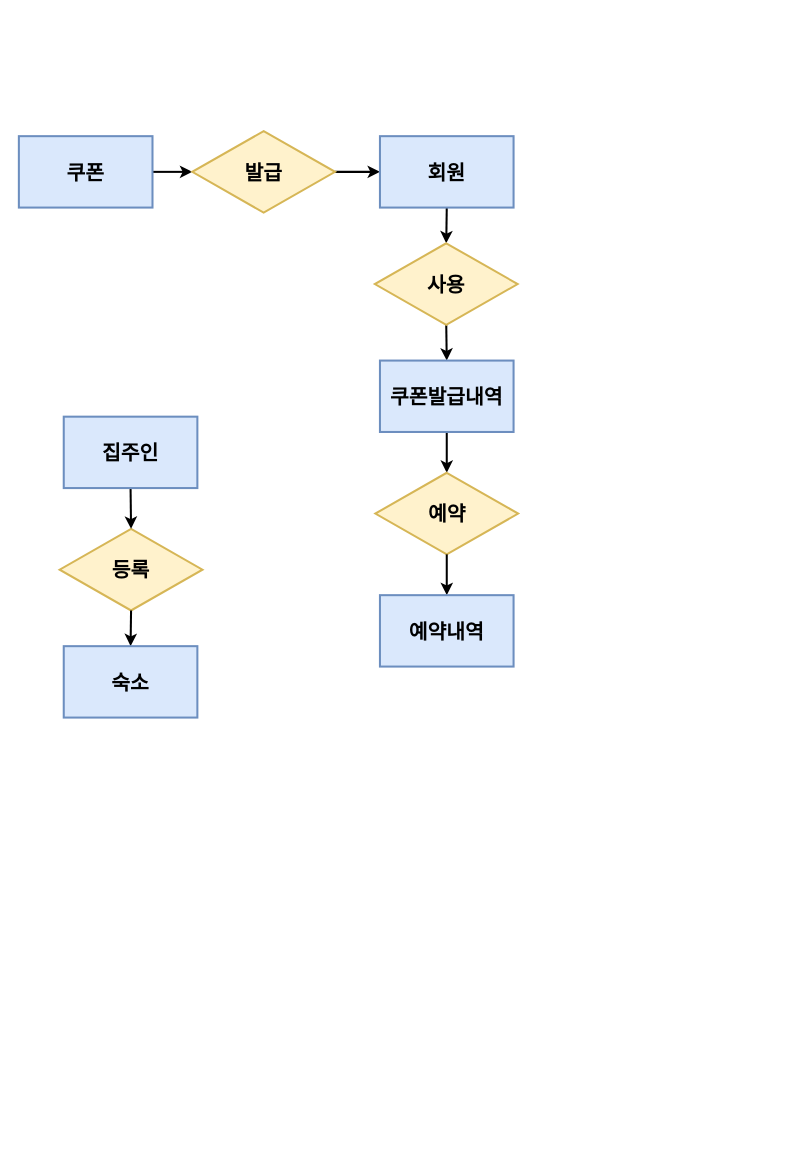
Above: 제목 없는 다이어그램.drawio in bibi-boop/test (draw.io), before the change. Source tidied: cells renumbered, new cells numbered last; positions are measured from the earlier drawing's top-left corner, leaving out a move shared by most shapes. Both pictures are drawn from the tidied source at 102%, with x=0, y=0 at pixel (18, 131).
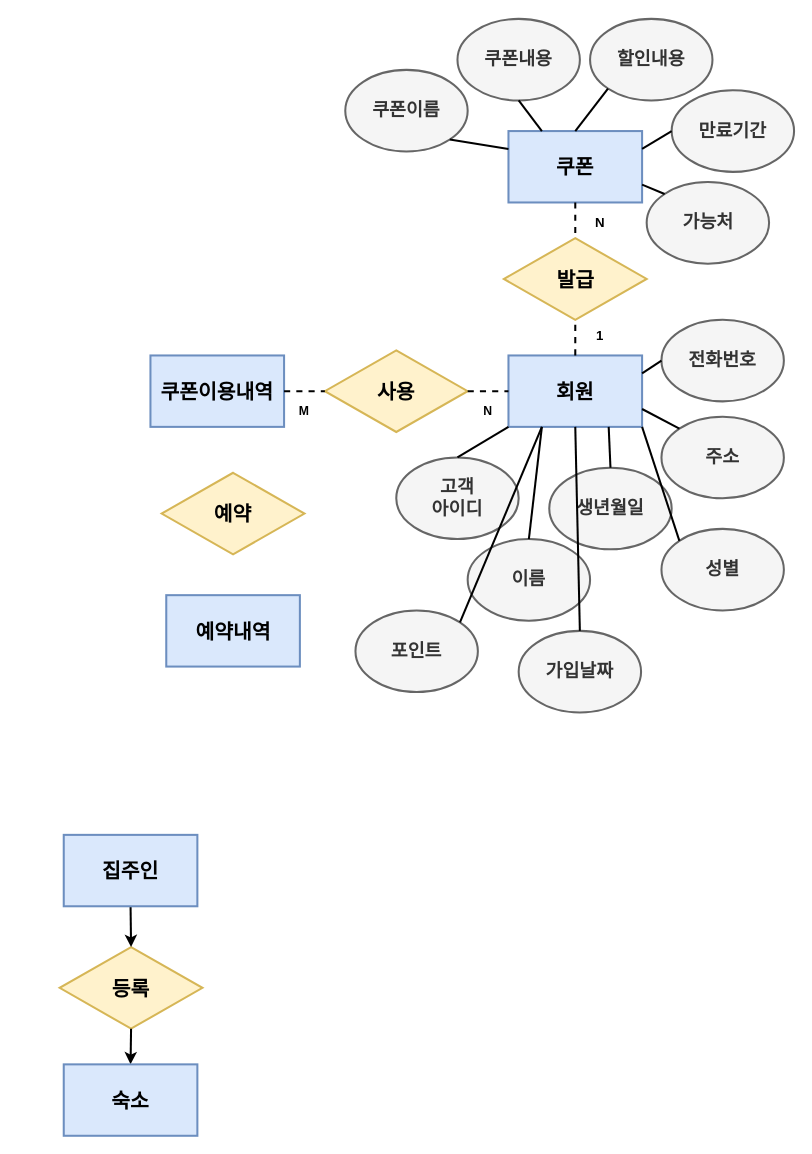
After the change.

Commit message (it also covers changes not shown here):
제목 없는 다이어그램.drawio 업데이트

The edit, as a diff of the source:
```diff
@@
     <mxCell id="2" value="등록" style="rhombus;whiteSpace=wrap;html=1;strokeWidth=2;fontSize=20;fontStyle=1;fillColor=#fff2cc;strokeColor=#d6b656;" parent="1" vertex="1">
-      <mxGeometry x="40" y="390" width="140" height="80" as="geometry" />
+      <mxGeometry x="40" y="800" width="140" height="80" as="geometry" />
     </mxCell>
@@
-    <mxCell id="5" style="endArrow=classic;html=1;rounded=0;fontStyle=1;strokeWidth=2;exitX=0.5;exitY=1;exitDx=0;exitDy=0;entryX=0.5;entryY=0;entryDx=0;entryDy=0;" parent="1" edge="1" source="13" target="19">
-      <mxGeometry relative="1" as="geometry" />
-    </mxCell>
-    <mxCell id="6" style="endArrow=classic;html=1;rounded=0;exitX=1;exitY=0.5;exitDx=0;exitDy=0;fontStyle=1;strokeWidth=2;entryX=0;entryY=0.5;entryDx=0;entryDy=0;" parent="1" edge="1" source="12" target="18">
-      <mxGeometry relative="1" as="geometry" />
-    </mxCell>
-    <mxCell id="7" style="edgeStyle=orthogonalEdgeStyle;rounded=0;jettySize=auto;html=1;strokeWidth=2;exitX=0.5;exitY=1;exitDx=0;exitDy=0;" parent="1" edge="1" source="16" target="10">
-      <mxGeometry relative="1" as="geometry" />
-    </mxCell>
-    <mxCell id="8" style="endArrow=classic;html=1;rounded=0;exitX=1;exitY=0.5;exitDx=0;exitDy=0;fontStyle=1;strokeWidth=2;entryX=0;entryY=0.5;entryDx=0;entryDy=0;" parent="1" edge="1" source="18" target="13">
-      <mxGeometry relative="1" as="geometry" />
-    </mxCell>
-    <mxCell id="9" style="endArrow=classic;html=1;rounded=0;fontStyle=1;strokeWidth=2;exitX=0.5;exitY=1;exitDx=0;exitDy=0;entryX=0.5;entryY=0;entryDx=0;entryDy=0;" parent="1" edge="1" source="19" target="16">
-      <mxGeometry relative="1" as="geometry" />
-    </mxCell>
     <mxCell id="10" value="예약" style="rhombus;whiteSpace=wrap;html=1;strokeWidth=2;fontSize=20;fontStyle=1;fillColor=#fff2cc;strokeColor=#d6b656;" parent="1" vertex="1">
-      <mxGeometry x="349.5" y="335" width="140" height="80" as="geometry" />
+      <mxGeometry x="140" y="335" width="140" height="80" as="geometry" />
     </mxCell>
-    <mxCell id="11" style="endArrow=classic;html=1;rounded=0;fontStyle=1;strokeWidth=2;exitX=0.5;exitY=1;exitDx=0;exitDy=0;entryX=0.5;entryY=0;entryDx=0;entryDy=0;" parent="1" edge="1" source="10" target="17">
-      <mxGeometry relative="1" as="geometry" />
-    </mxCell>
     <mxCell id="12" value="&lt;b&gt;쿠폰&lt;/b&gt;" style="rounded=0;whiteSpace=wrap;html=1;fillColor=#dae8fc;strokeColor=#6c8ebf;strokeWidth=2;fontSize=20;" parent="1" vertex="1">
-      <mxGeometry y="5" width="131" height="70" as="geometry" />
+      <mxGeometry x="480" width="131" height="70" as="geometry" />
     </mxCell>
     <mxCell id="13" value="&lt;b&gt;회원&lt;/b&gt;" style="rounded=0;whiteSpace=wrap;html=1;fillColor=#dae8fc;strokeColor=#6c8ebf;strokeWidth=2;fontSize=20;" parent="1" vertex="1">
-      <mxGeometry x="354" y="5" width="131" height="70" as="geometry" />
+      <mxGeometry x="480" y="220" width="131" height="70" as="geometry" />
     </mxCell>
     <mxCell id="14" value="&lt;b&gt;집주인&lt;/b&gt;" style="rounded=0;whiteSpace=wrap;html=1;fillColor=#dae8fc;strokeColor=#6c8ebf;strokeWidth=2;fontSize=20;" parent="1" vertex="1">
-      <mxGeometry x="44" y="280" width="131" height="70" as="geometry" />
+      <mxGeometry x="44" y="690" width="131" height="70" as="geometry" />
     </mxCell>
     <mxCell id="15" value="숙소" style="rounded=0;whiteSpace=wrap;html=1;fillColor=#dae8fc;strokeColor=#6c8ebf;strokeWidth=2;fontSize=20;fontStyle=1;" parent="1" vertex="1">
-      <mxGeometry x="44" y="505" width="131" height="70" as="geometry" />
+      <mxGeometry x="44" y="915" width="131" height="70" as="geometry" />
     </mxCell>
-    <mxCell id="16" value="쿠폰발급내역" style="rounded=0;whiteSpace=wrap;html=1;fillColor=#dae8fc;strokeColor=#6c8ebf;strokeWidth=2;fontSize=20;fontStyle=1;" parent="1" vertex="1">
-      <mxGeometry x="354" y="225" width="131" height="70" as="geometry" />
+    <mxCell id="16" value="쿠폰이용&lt;span style=&quot;background-color: transparent; color: light-dark(rgb(0, 0, 0), rgb(255, 255, 255));&quot;&gt;내역&lt;/span&gt;" style="rounded=0;whiteSpace=wrap;html=1;fillColor=#dae8fc;strokeColor=#6c8ebf;strokeWidth=2;fontSize=20;fontStyle=1;" parent="1" vertex="1">
+      <mxGeometry x="129" y="220" width="131" height="70" as="geometry" />
     </mxCell>
     <mxCell id="17" value="예약내역" style="rounded=0;whiteSpace=wrap;html=1;fillColor=#dae8fc;strokeColor=#6c8ebf;strokeWidth=2;fontSize=20;fontStyle=1;" parent="1" vertex="1">
-      <mxGeometry x="354" y="455" width="131" height="70" as="geometry" />
+      <mxGeometry x="144.5" y="455" width="131" height="70" as="geometry" />
     </mxCell>
     <mxCell id="18" value="발급" style="rhombus;whiteSpace=wrap;html=1;strokeWidth=2;fontSize=20;fontStyle=1;fillColor=#fff2cc;strokeColor=#d6b656;" parent="1" vertex="1">
-      <mxGeometry x="170" width="140" height="80" as="geometry" />
+      <mxGeometry x="475.5" y="105" width="140" height="80" as="geometry" />
     </mxCell>
     <mxCell id="19" value="사용" style="rhombus;whiteSpace=wrap;html=1;strokeWidth=2;fontSize=20;fontStyle=1;fillColor=#fff2cc;strokeColor=#d6b656;" parent="1" vertex="1">
-      <mxGeometry x="349" y="110" width="140" height="80" as="geometry" />
+      <mxGeometry x="300" y="215" width="140" height="80" as="geometry" />
     </mxCell>
+    <mxCell id="20" value="&lt;b&gt;할인내용&lt;/b&gt;" style="ellipse;whiteSpace=wrap;html=1;fillColor=#f5f5f5;fontColor=#333333;strokeColor=#666666;strokeWidth=2;fontSize=18;" parent="1" vertex="1">
+      <mxGeometry x="560" y="-110" width="120" height="80" as="geometry" />
+    </mxCell>
+    <mxCell id="21" value="만료기간" style="ellipse;whiteSpace=wrap;html=1;fillColor=#f5f5f5;fontColor=#333333;strokeColor=#666666;strokeWidth=2;fontSize=18;fontStyle=1;" parent="1" vertex="1">
+      <mxGeometry x="640" y="-40" width="120" height="80" as="geometry" />
+    </mxCell>
+    <mxCell id="22" value="쿠폰내용" style="ellipse;whiteSpace=wrap;html=1;fillColor=#f5f5f5;fontColor=#333333;strokeColor=#666666;strokeWidth=2;fontSize=18;fontStyle=1;" parent="1" vertex="1">
+      <mxGeometry x="430" y="-110" width="120" height="80" as="geometry" />
+    </mxCell>
+    <mxCell id="23" value="&lt;b&gt;쿠폰이름&lt;/b&gt;" style="ellipse;whiteSpace=wrap;html=1;fillColor=#f5f5f5;fontColor=#333333;strokeColor=#666666;strokeWidth=2;fontSize=18;" parent="1" vertex="1">
+      <mxGeometry x="320" y="-60" width="120" height="80" as="geometry" />
+    </mxCell>
+    <mxCell id="24" style="endArrow=none;html=1;rounded=0;entryX=1;entryY=1;entryDx=0;entryDy=0;exitX=0;exitY=0.25;exitDx=0;exitDy=0;strokeWidth=2;" parent="1" edge="1" source="12" target="23">
+      <mxGeometry relative="1" as="geometry" />
+    </mxCell>
+    <mxCell id="25" style="endArrow=none;html=1;rounded=0;entryX=0.5;entryY=1;entryDx=0;entryDy=0;exitX=0.25;exitY=0;exitDx=0;exitDy=0;strokeWidth=2;" parent="1" edge="1" source="12" target="22">
+      <mxGeometry relative="1" as="geometry" />
+    </mxCell>
+    <mxCell id="26" style="endArrow=none;html=1;rounded=0;entryX=0;entryY=1;entryDx=0;entryDy=0;exitX=0.5;exitY=0;exitDx=0;exitDy=0;strokeWidth=2;" parent="1" edge="1" source="12" target="20">
+      <mxGeometry relative="1" as="geometry" />
+    </mxCell>
+    <mxCell id="27" style="endArrow=none;html=1;rounded=0;entryX=0;entryY=0.5;entryDx=0;entryDy=0;exitX=1;exitY=0.25;exitDx=0;exitDy=0;strokeWidth=2;" parent="1" edge="1" source="12" target="21">
+      <mxGeometry relative="1" as="geometry" />
+    </mxCell>
+    <mxCell id="28" value="가능처" style="ellipse;whiteSpace=wrap;html=1;fillColor=#f5f5f5;fontColor=#333333;strokeColor=#666666;strokeWidth=2;fontSize=18;fontStyle=1;" parent="1" vertex="1">
+      <mxGeometry x="615.5" y="50" width="120" height="80" as="geometry" />
+    </mxCell>
+    <mxCell id="29" style="endArrow=none;html=1;rounded=0;entryX=0;entryY=0;entryDx=0;entryDy=0;exitX=1;exitY=0.75;exitDx=0;exitDy=0;strokeWidth=2;" parent="1" edge="1" source="12" target="28">
+      <mxGeometry relative="1" as="geometry" />
+    </mxCell>
+    <mxCell id="30" style="endArrow=none;dashed=1;html=1;rounded=0;entryX=0.5;entryY=1;entryDx=0;entryDy=0;exitX=0.5;exitY=0;exitDx=0;exitDy=0;strokeWidth=2;" parent="1" edge="1" source="13" target="18">
+      <mxGeometry relative="1" as="geometry" />
+    </mxCell>
+    <mxCell id="6" style="endArrow=none;dashed=1;html=1;rounded=0;entryX=0.5;entryY=0;entryDx=0;entryDy=0;exitX=0.5;exitY=1;exitDx=0;exitDy=0;strokeWidth=2;" parent="1" edge="1" source="12" target="18">
+      <mxGeometry relative="1" as="geometry" />
+    </mxCell>
+    <mxCell id="31" value="1" style="text;html=1;align=center;verticalAlign=middle;whiteSpace=wrap;rounded=0;fontStyle=1;fontSize=13;" parent="1" vertex="1">
+      <mxGeometry x="540" y="185" width="60" height="30" as="geometry" />
+    </mxCell>
+    <mxCell id="32" value="N" style="text;html=1;align=center;verticalAlign=middle;whiteSpace=wrap;rounded=0;fontStyle=1;fontSize=13;" parent="1" vertex="1">
+      <mxGeometry x="540" y="75" width="60" height="30" as="geometry" />
+    </mxCell>
+    <mxCell id="33" style="endArrow=none;dashed=1;html=1;rounded=0;entryX=0;entryY=0.5;entryDx=0;entryDy=0;exitX=1;exitY=0.5;exitDx=0;exitDy=0;fontStyle=1;endSize=7;strokeWidth=2;" parent="1" edge="1" source="19" target="13">
+      <mxGeometry relative="1" as="geometry" />
+    </mxCell>
+    <mxCell id="34" style="endArrow=none;dashed=1;html=1;rounded=0;entryX=0;entryY=0.5;entryDx=0;entryDy=0;exitX=1;exitY=0.5;exitDx=0;exitDy=0;fontStyle=1;strokeWidth=2;" parent="1" edge="1" source="16" target="19">
+      <mxGeometry relative="1" as="geometry" />
+    </mxCell>
+    <mxCell id="35" value="N" style="text;html=1;align=center;verticalAlign=middle;whiteSpace=wrap;rounded=0;fontStyle=1;" parent="1" vertex="1">
+      <mxGeometry x="430" y="260" width="60" height="30" as="geometry" />
+    </mxCell>
+    <mxCell id="36" value="M" style="text;html=1;align=center;verticalAlign=middle;whiteSpace=wrap;rounded=0;fontStyle=1;" parent="1" vertex="1">
+      <mxGeometry x="250" y="260" width="60" height="30" as="geometry" />
+    </mxCell>
+    <mxCell id="37" value="생년월일" style="ellipse;whiteSpace=wrap;html=1;fillColor=#f5f5f5;fontColor=#333333;strokeColor=#666666;strokeWidth=2;fontSize=18;fontStyle=1;" parent="1" vertex="1">
+      <mxGeometry x="520" y="330" width="120" height="80" as="geometry" />
+    </mxCell>
+    <mxCell id="38" value="고객&lt;div&gt;아이디&lt;/div&gt;" style="ellipse;whiteSpace=wrap;html=1;fillColor=#f5f5f5;fontColor=#333333;strokeColor=#666666;strokeWidth=2;fontSize=18;fontStyle=1;" parent="1" vertex="1">
+      <mxGeometry x="370" y="320" width="120" height="80" as="geometry" />
+    </mxCell>
+    <mxCell id="39" value="이름" style="ellipse;whiteSpace=wrap;html=1;fillColor=#f5f5f5;fontColor=#333333;strokeColor=#666666;strokeWidth=2;fontSize=18;fontStyle=1;" parent="1" vertex="1">
+      <mxGeometry x="440" y="400" width="120" height="80" as="geometry" />
+    </mxCell>
+    <mxCell id="40" value="주소" style="ellipse;whiteSpace=wrap;html=1;fillColor=#f5f5f5;fontColor=#333333;strokeColor=#666666;strokeWidth=2;fontSize=18;fontStyle=1;" parent="1" vertex="1">
+      <mxGeometry x="630" y="280" width="120" height="80" as="geometry" />
+    </mxCell>
+    <mxCell id="41" value="전화번호" style="ellipse;whiteSpace=wrap;html=1;fillColor=#f5f5f5;fontColor=#333333;strokeColor=#666666;strokeWidth=2;fontSize=18;fontStyle=1;" parent="1" vertex="1">
+      <mxGeometry x="630" y="185" width="120" height="80" as="geometry" />
+    </mxCell>
+    <mxCell id="42" value="성별" style="ellipse;whiteSpace=wrap;html=1;fillColor=#f5f5f5;fontColor=#333333;strokeColor=#666666;strokeWidth=2;fontSize=18;fontStyle=1;" parent="1" vertex="1">
+      <mxGeometry x="630" y="390" width="120" height="80" as="geometry" />
+    </mxCell>
+    <mxCell id="43" value="가입날짜" style="ellipse;whiteSpace=wrap;html=1;fillColor=#f5f5f5;fontColor=#333333;strokeColor=#666666;strokeWidth=2;fontSize=18;fontStyle=1;" parent="1" vertex="1">
+      <mxGeometry x="490" y="490" width="120" height="80" as="geometry" />
+    </mxCell>
+    <mxCell id="44" value="포인트" style="ellipse;whiteSpace=wrap;html=1;fillColor=#f5f5f5;fontColor=#333333;strokeColor=#666666;strokeWidth=2;fontSize=18;fontStyle=1;" parent="1" vertex="1">
+      <mxGeometry x="330" y="470" width="120" height="80" as="geometry" />
+    </mxCell>
+    <mxCell id="45" style="endArrow=none;html=1;rounded=0;entryX=0;entryY=0.5;entryDx=0;entryDy=0;exitX=1;exitY=0.25;exitDx=0;exitDy=0;strokeWidth=2;" parent="1" edge="1" source="13" target="41">
+      <mxGeometry relative="1" as="geometry" />
+    </mxCell>
+    <mxCell id="46" style="endArrow=none;html=1;rounded=0;entryX=1;entryY=0.75;entryDx=0;entryDy=0;exitX=0;exitY=0;exitDx=0;exitDy=0;strokeWidth=2;" parent="1" edge="1" source="40" target="13">
+      <mxGeometry relative="1" as="geometry" />
+    </mxCell>
+    <mxCell id="47" style="endArrow=none;html=1;rounded=0;entryX=0.75;entryY=1;entryDx=0;entryDy=0;exitX=0.5;exitY=0;exitDx=0;exitDy=0;strokeWidth=2;" parent="1" edge="1" source="37" target="13">
+      <mxGeometry relative="1" as="geometry" />
+    </mxCell>
+    <mxCell id="48" style="endArrow=none;html=1;rounded=0;entryX=1;entryY=1;entryDx=0;entryDy=0;exitX=0;exitY=0;exitDx=0;exitDy=0;strokeWidth=2;" parent="1" edge="1" source="42" target="13">
+      <mxGeometry relative="1" as="geometry" />
+    </mxCell>
+    <mxCell id="49" style="endArrow=none;html=1;rounded=0;entryX=0.25;entryY=1;entryDx=0;entryDy=0;exitX=0.5;exitY=0;exitDx=0;exitDy=0;strokeWidth=2;" parent="1" edge="1" source="39" target="13">
+      <mxGeometry relative="1" as="geometry" />
+    </mxCell>
+    <mxCell id="50" style="endArrow=none;html=1;rounded=0;exitX=0.5;exitY=0;exitDx=0;exitDy=0;strokeWidth=2;entryX=0;entryY=1;entryDx=0;entryDy=0;" parent="1" edge="1" source="38" target="13">
+      <mxGeometry relative="1" as="geometry" />
+    </mxCell>
+    <mxCell id="51" style="endArrow=none;html=1;rounded=0;entryX=0.5;entryY=1;entryDx=0;entryDy=0;exitX=0.5;exitY=0;exitDx=0;exitDy=0;strokeWidth=2;" parent="1" edge="1" source="43" target="13">
+      <mxGeometry relative="1" as="geometry" />
+    </mxCell>
+    <mxCell id="52" style="endArrow=none;html=1;rounded=0;entryX=0.25;entryY=1;entryDx=0;entryDy=0;exitX=1;exitY=0;exitDx=0;exitDy=0;strokeWidth=2;" parent="1" edge="1" source="44" target="13">
+      <mxGeometry relative="1" as="geometry" />
+    </mxCell>
```
